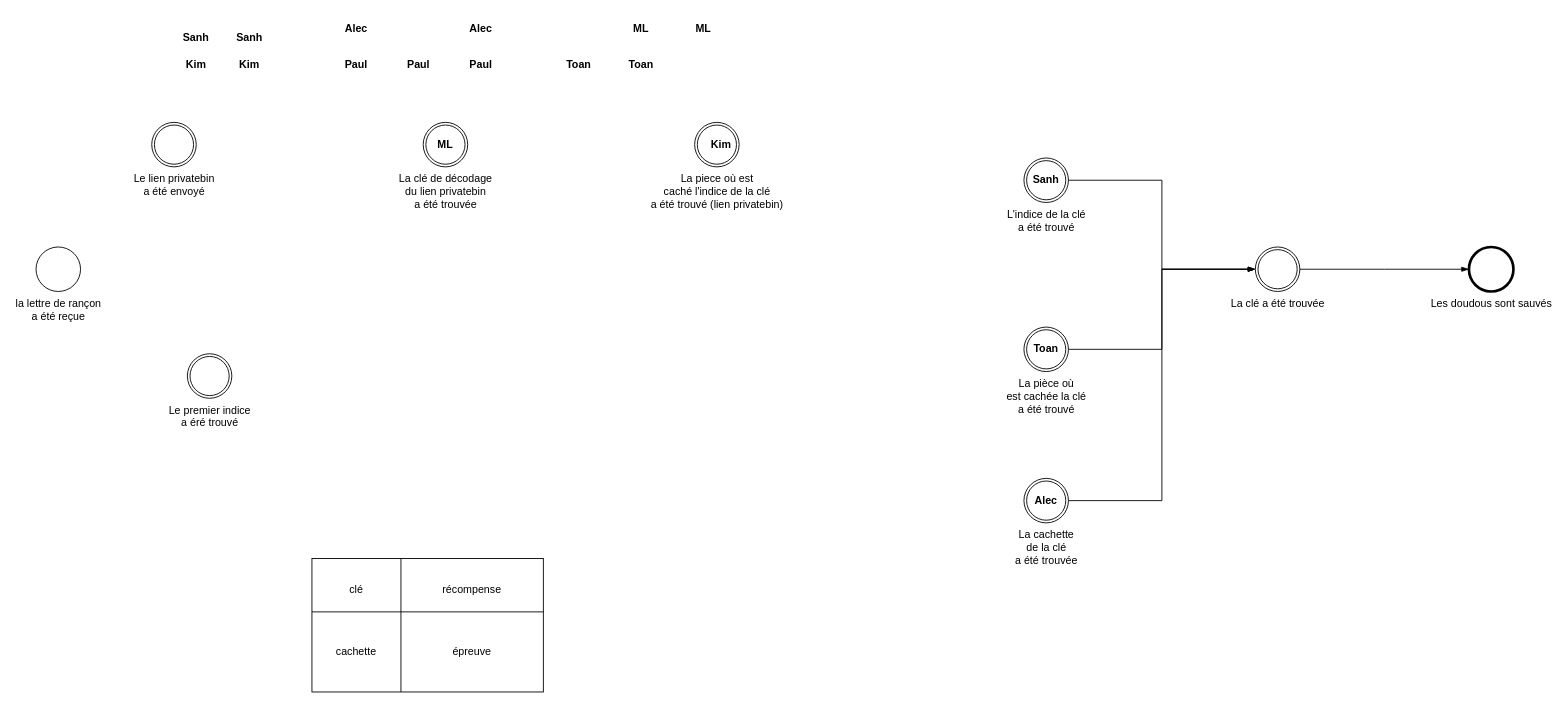
haclong/drawings keeps this draw.io diagram as page "Page-1" (1 of 2) of doudounapping.drawio. Above is the earlier version. Source tidied: cells renumbered, new cells numbered last; positions are measured from the earlier drawing's top-left corner, leaving out a move shared by most shapes. Both pictures are drawn from the tidied source at 89%, with x=0, y=0 at pixel (36, 15).
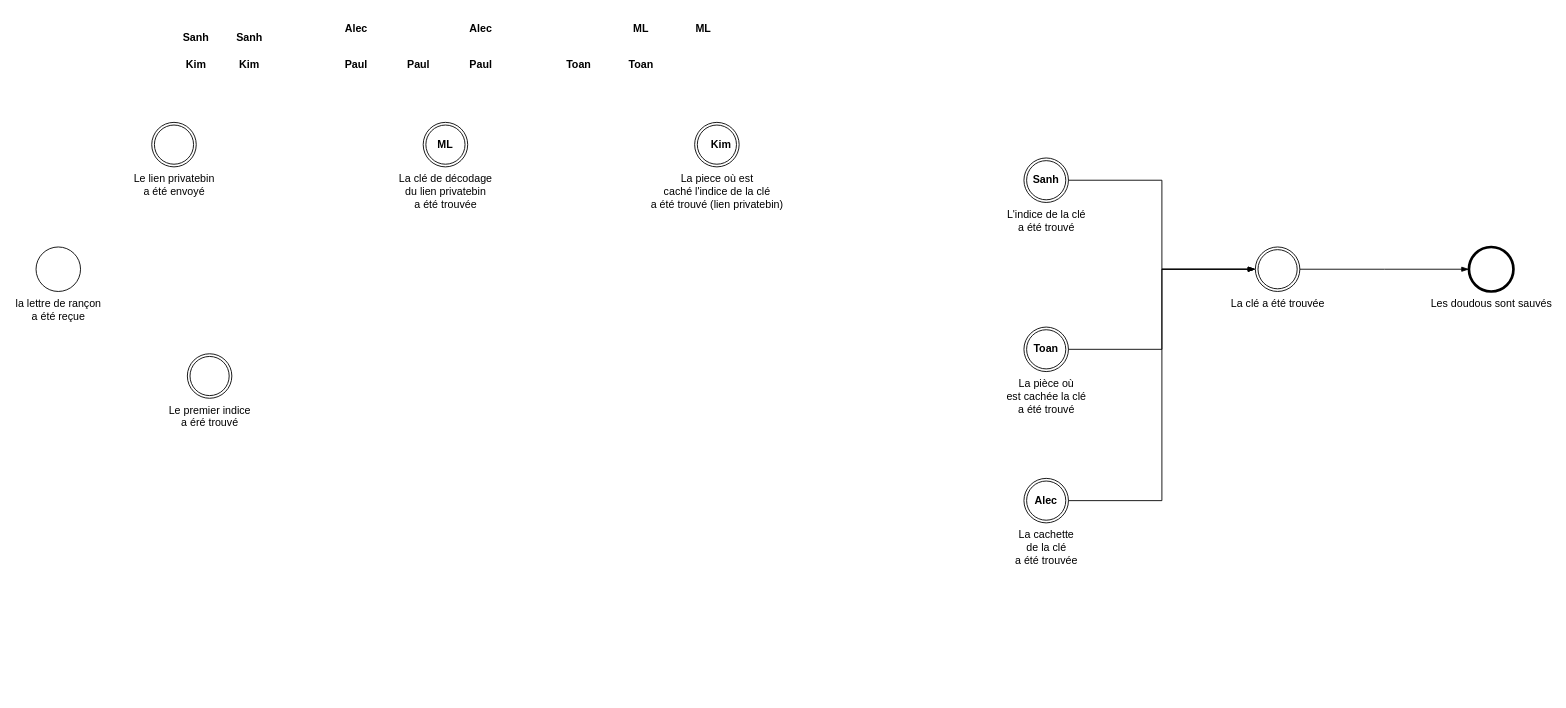
The same page after the edit.

Commit message:
Mettre à jour doudounapping.drawio

Diff of the diagram source:
```diff
@@
-    <mxCell id="36" style="group;" parent="1" vertex="1">
-      <mxGeometry x="310" y="610" width="260" height="150" as="geometry" />
-    </mxCell>
-    <mxCell id="37" style="shape=internalStorage;whiteSpace=wrap;html=1;backgroundOutline=1;dx=100;dy=60;" parent="36" vertex="1">
-      <mxGeometry width="260" height="150" as="geometry" />
-    </mxCell>
-    <mxCell id="38" value="récompense" style="text;html=1;strokeColor=none;fillColor=none;align=center;verticalAlign=middle;whiteSpace=wrap;rounded=0;" parent="36" vertex="1">
-      <mxGeometry x="150" y="20" width="60" height="30" as="geometry" />
-    </mxCell>
-    <mxCell id="39" value="clé" style="text;html=1;strokeColor=none;fillColor=none;align=center;verticalAlign=middle;whiteSpace=wrap;rounded=0;" parent="36" vertex="1">
-      <mxGeometry x="20" y="20" width="60" height="30" as="geometry" />
-    </mxCell>
-    <mxCell id="40" value="cachette" style="text;html=1;strokeColor=none;fillColor=none;align=center;verticalAlign=middle;whiteSpace=wrap;rounded=0;" parent="36" vertex="1">
-      <mxGeometry x="20" y="90" width="60" height="30" as="geometry" />
-    </mxCell>
-    <mxCell id="41" value="épreuve" style="text;html=1;strokeColor=none;fillColor=none;align=center;verticalAlign=middle;whiteSpace=wrap;rounded=0;" parent="36" vertex="1">
-      <mxGeometry x="150" y="90" width="60" height="30" as="geometry" />
-    </mxCell>
```
